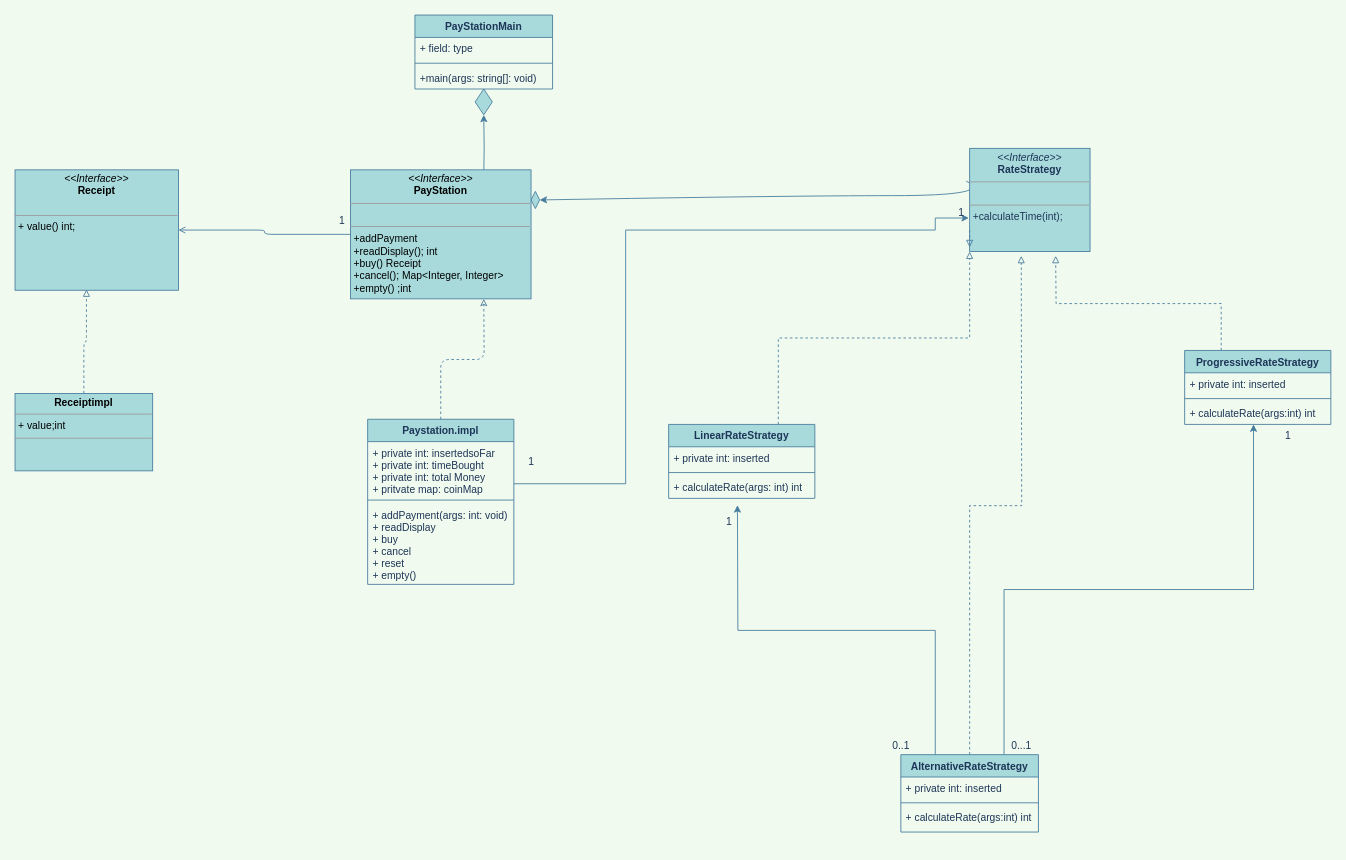
Above: .github/Untitled Diagram.drawio in CIS-SoftwareDesign-S21/paystationmain-02-libohova-zhou (draw.io), before the change. Source tidied: cells renumbered, new cells numbered last; positions are measured from the earlier drawing's top-left corner, leaving out a move shared by most shapes. Both pictures are drawn from the tidied source at 86%, with x=0, y=0 at pixel (15, 15).
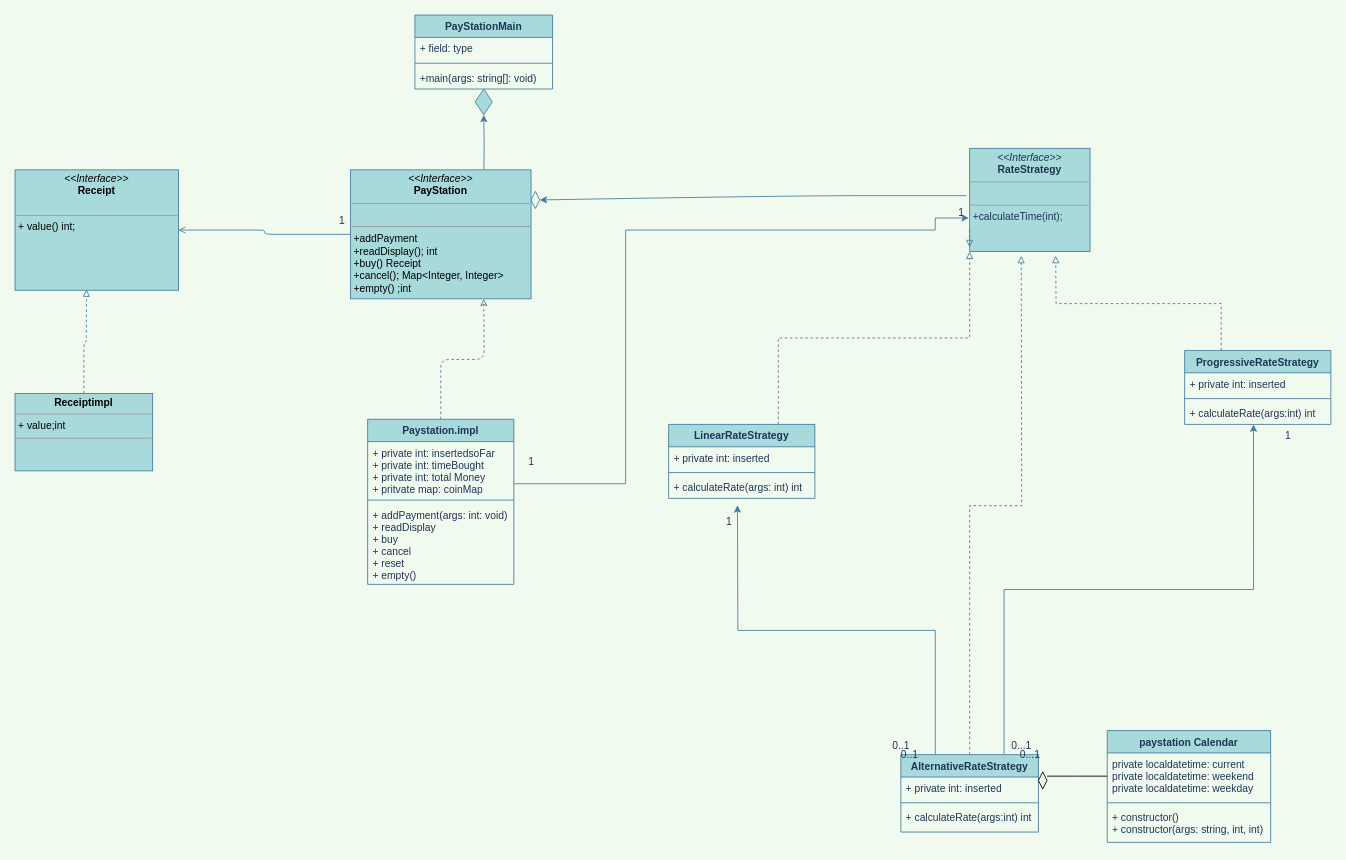
After the change.

Unchanged cells that the change refers to:
```xml
<mxCell id="37" value="&lt;p style=&quot;margin: 0px ; margin-top: 4px ; text-align: center&quot;&gt;&lt;i&gt;&amp;lt;&amp;lt;Interface&amp;gt;&amp;gt;&lt;/i&gt;&lt;br&gt;&lt;b&gt;RateStrategy&lt;/b&gt;&lt;/p&gt;&lt;hr size=&quot;1&quot;&gt;&lt;p style=&quot;margin: 0px ; margin-left: 4px&quot;&gt;&lt;br&gt;&lt;/p&gt;&lt;hr size=&quot;1&quot;&gt;&lt;p style=&quot;margin: 0px ; margin-left: 4px&quot;&gt;+calculateTime(int);&lt;/p&gt;" style="verticalAlign=top;align=left;overflow=fill;fontSize=12;fontFamily=Helvetica;html=1;fillColor=#A8DADC;strokeColor=#457B9D;fontColor=#1D3557;" parent="1" vertex="1">
  <mxGeometry x="1110" y="155" width="140" height="120" as="geometry" />
</mxCell>
```

The edit, as a diff of the source:
```diff
@@
-    <mxCell id="32" style="rhombus;whiteSpace=wrap;html=1;fillColor=#A8DADC;strokeColor=#457B9D;fontColor=#1D3557;" parent="1" vertex="1">
+    <mxCell id="32" style="rhombus;whiteSpace=wrap;html=1;strokeColor=#457B9D;fontColor=#1D3557;fillColor=none;" parent="1" vertex="1">
       <mxGeometry x="600" y="205" width="10" height="20" as="geometry" />
     </mxCell>
-    <mxCell id="33" style="curved=1;endArrow=classic;html=1;entryX=1;entryY=0.5;entryDx=0;entryDy=0;exitX=-0.029;exitY=0.317;exitDx=0;exitDy=0;exitPerimeter=0;labelBackgroundColor=#F1FAEE;strokeColor=#457B9D;fontColor=#1D3557;" parent="1" edge="1" source="37" target="32">
+    <mxCell id="33" style="curved=1;endArrow=classic;html=1;entryX=1;entryY=0.5;entryDx=0;entryDy=0;labelBackgroundColor=#F1FAEE;strokeColor=#457B9D;fontColor=#1D3557;" parent="1" edge="1" target="32">
       <mxGeometry relative="1" as="geometry">
+        <mxPoint x="1106" y="210" as="sourcePoint" />
         <Array as="points">
-          <mxPoint x="1140" y="210" />
+          <mxPoint x="1070" y="210" />
           <mxPoint x="900" y="210" />
         </Array>
       </mxGeometry>
     </mxCell>
@@
+    <mxCell id="48" value="paystation Calendar" style="swimlane;fontStyle=1;align=center;verticalAlign=top;horizontal=1;startSize=26;rounded=0;sketch=0;strokeColor=#457B9D;fillColor=#A8DADC;fontColor=#1D3557;" parent="1" vertex="1">
+      <mxGeometry x="1270" y="832" width="190" height="130" as="geometry" />
+    </mxCell>
+    <mxCell id="49" value="private localdatetime: current&#10;private localdatetime: weekend&#10;private localdatetime: weekday" style="text;strokeColor=none;fillColor=none;align=left;verticalAlign=top;spacingLeft=4;spacingRight=4;overflow=hidden;points=[[0,0.5],[1,0.5]];portConstraint=eastwest;fontColor=#1D3557;" parent="48" vertex="1">
+      <mxGeometry y="26" width="190" height="54" as="geometry" />
+    </mxCell>
+    <mxCell id="50" style="line;strokeWidth=1;fillColor=none;align=left;verticalAlign=middle;spacingTop=-1;spacingLeft=3;spacingRight=3;labelPosition=right;labelBackgroundColor=#F1FAEE;strokeColor=#457B9D;fontColor=#1D3557;" parent="48" vertex="1">
+      <mxGeometry y="80" width="190" height="8" as="geometry" />
+    </mxCell>
+    <mxCell id="51" value="+ constructor()&#10;+ constructor(args: string, int, int) " style="text;strokeColor=none;fillColor=none;align=left;verticalAlign=top;spacingLeft=4;spacingRight=4;overflow=hidden;fontColor=#1D3557;" parent="48" vertex="1">
+      <mxGeometry y="88" width="190" height="42" as="geometry" />
+    </mxCell>
+    <mxCell id="52" value="0..1" style="text;html=1;align=center;verticalAlign=middle;fontColor=#1D3557;" parent="1" vertex="1">
+      <mxGeometry x="1020" y="850" width="40" height="20" as="geometry" />
+    </mxCell>
+    <mxCell id="53" value="0...1" style="text;html=1;align=center;verticalAlign=middle;fontColor=#1D3557;" parent="1" vertex="1">
+      <mxGeometry x="1160" y="850" width="40" height="20" as="geometry" />
+    </mxCell>
+    <mxCell id="54" style="edgeStyle=orthogonalEdgeStyle;rounded=0;jettySize=auto;html=1;exitX=0;exitY=0.5;exitDx=0;exitDy=0;endArrow=none;endFill=0;" parent="1" edge="1" source="49">
+      <mxGeometry relative="1" as="geometry">
+        <mxPoint x="1200" y="885" as="targetPoint" />
+      </mxGeometry>
+    </mxCell>
+    <mxCell id="55" style="rhombus;whiteSpace=wrap;html=1;fillColor=none;" parent="1" vertex="1">
+      <mxGeometry x="1190" y="880" width="10" height="20" as="geometry" />
+    </mxCell>
```
